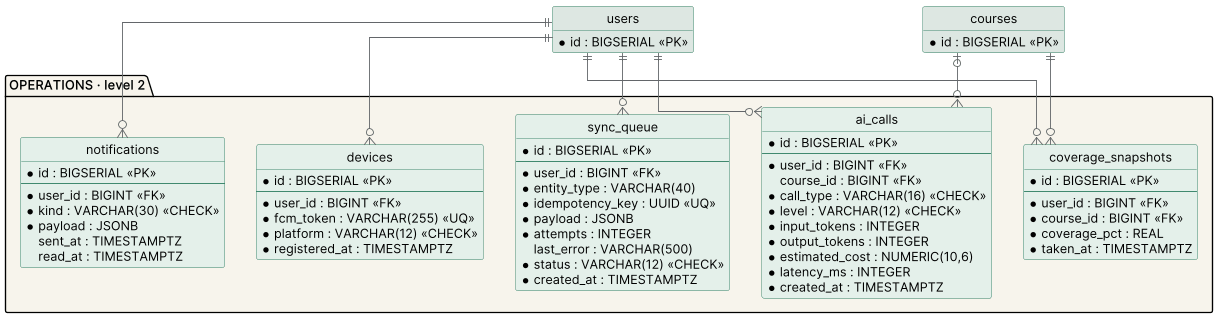
Bloodiewormer/Proyecto-Plataformas-Moviles keeps this PlantUML diagram as docs/images/03_erd_operations.png. Above is the earlier version.
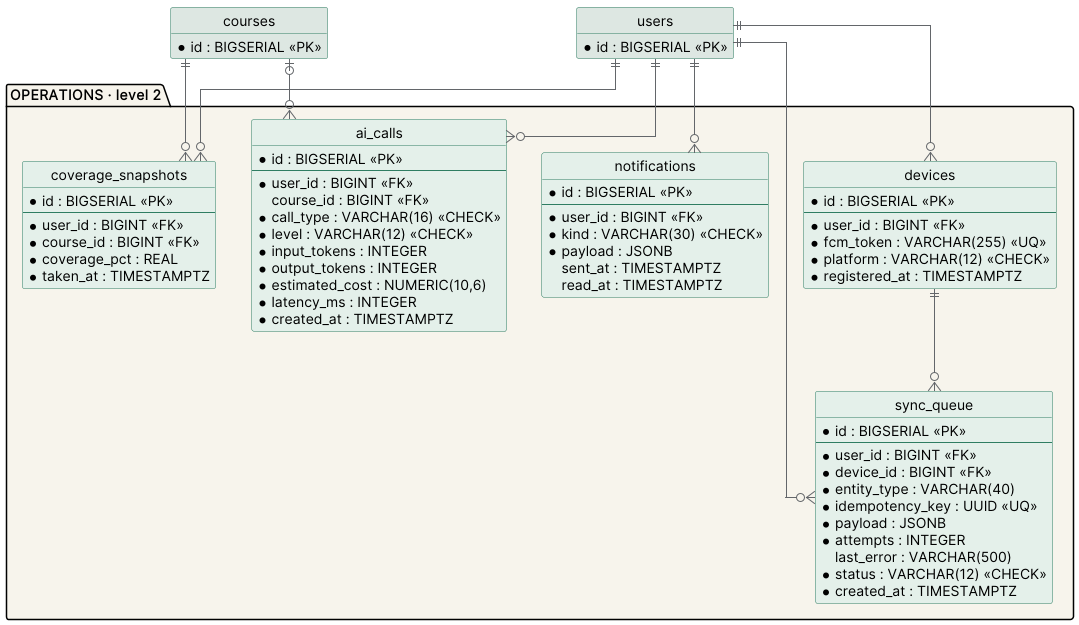
The same file after the commit.

Change to the diagram source:
```diff
@@ -39,6 +39,7 @@
     * id : BIGSERIAL <<PK>>
     --
     * user_id : BIGINT <<FK>>
+    * device_id : BIGINT <<FK>>
     * entity_type : VARCHAR(40)
     * idempotency_key : UUID <<UQ>>
     * payload : JSONB
@@ -76,6 +77,7 @@
 
 users ||--o{ ai_calls
 users ||--o{ sync_queue
+devices ||--o{ sync_queue
 users ||--o{ devices
 users ||--o{ notifications
 users ||--o{ coverage_snapshots
```
